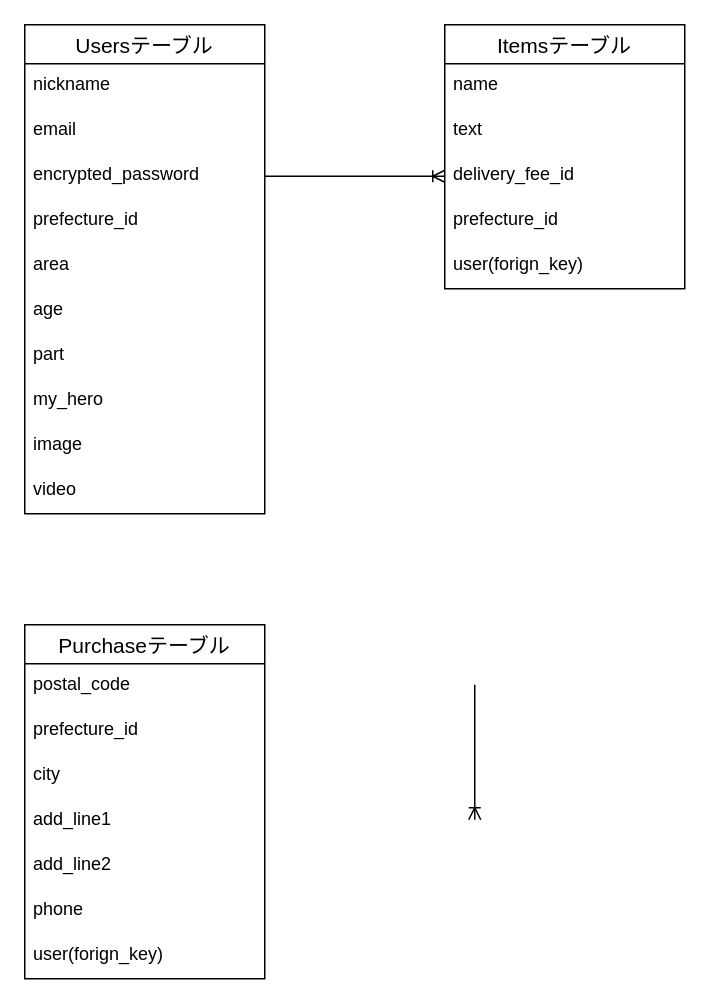
Earlier version of the draw.io diagram db_ER.dio (n-masuda/membo72). Source tidied: cells renumbered, new cells numbered last; positions are measured from the earlier drawing's top-left corner, leaving out a move shared by most shapes. Both pictures are drawn from the tidied source at 150%, with x=0, y=0 at pixel (24, 24).
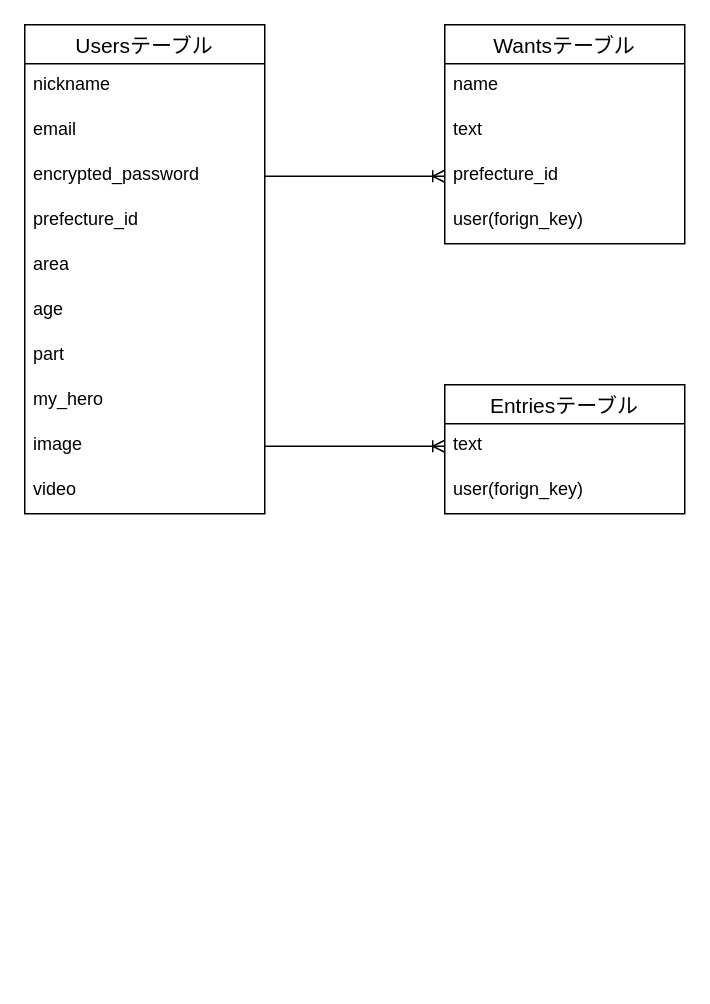
After the change.

The change refers to these unchanged cells:
```xml
<mxCell id="11" value="image" style="text;strokeColor=none;fillColor=none;spacingLeft=4;spacingRight=4;overflow=hidden;points=[[0,0.5],[1,0.5]];portConstraint=eastwest;fontSize=12;" parent="2" vertex="1">
  <mxGeometry y="266" width="160" height="30" as="geometry" />
</mxCell>
```

The edit, as a diff of the source:
```diff
@@
-    <mxCell id="13" value="Purchaseテーブル" style="swimlane;fontStyle=0;horizontal=1;startSize=26;align=center;fontSize=14;" parent="1" vertex="1">
-      <mxGeometry y="400" width="160" height="236" as="geometry" />
+    <mxCell id="13" value="Entriesテーブル" style="swimlane;fontStyle=0;horizontal=1;startSize=26;align=center;fontSize=14;" parent="1" vertex="1">
+      <mxGeometry x="280" y="240" width="160" height="86" as="geometry" />
     </mxCell>
-    <mxCell id="14" value="postal_code" style="text;strokeColor=none;fillColor=none;spacingLeft=4;spacingRight=4;overflow=hidden;fontSize=12;" parent="13" vertex="1">
-      <mxGeometry y="26" width="160" height="30" as="geometry" />
-    </mxCell>
-    <mxCell id="15" value="prefecture_id" style="text;strokeColor=none;fillColor=none;spacingLeft=4;spacingRight=4;overflow=hidden;fontSize=12;" parent="13" vertex="1">
-      <mxGeometry y="56" width="160" height="30" as="geometry" />
-    </mxCell>
-    <mxCell id="16" value="city" style="text;strokeColor=none;fillColor=none;spacingLeft=4;spacingRight=4;overflow=hidden;fontSize=12;" parent="13" vertex="1">
-      <mxGeometry y="86" width="160" height="30" as="geometry" />
-    </mxCell>
-    <mxCell id="17" value="add_line1" style="text;strokeColor=none;fillColor=none;spacingLeft=4;spacingRight=4;overflow=hidden;fontSize=12;" parent="13" vertex="1">
-      <mxGeometry y="116" width="160" height="30" as="geometry" />
-    </mxCell>
-    <mxCell id="18" value="add_line2" style="text;strokeColor=none;fillColor=none;spacingLeft=4;spacingRight=4;overflow=hidden;fontSize=12;" parent="13" vertex="1">
-      <mxGeometry y="146" width="160" height="30" as="geometry" />
-    </mxCell>
-    <mxCell id="19" value="phone" style="text;strokeColor=none;fillColor=none;spacingLeft=4;spacingRight=4;overflow=hidden;fontSize=12;" parent="13" vertex="1">
-      <mxGeometry y="176" width="160" height="30" as="geometry" />
+    <mxCell id="19" value="text" style="text;strokeColor=none;fillColor=none;spacingLeft=4;spacingRight=4;overflow=hidden;fontSize=12;" parent="13" vertex="1">
+      <mxGeometry y="26" width="160" height="30" as="geometry" />
     </mxCell>
     <mxCell id="20" value="user(forign_key)" style="text;strokeColor=none;fillColor=none;spacingLeft=4;spacingRight=4;overflow=hidden;fontSize=12;" parent="13" vertex="1">
-      <mxGeometry y="206" width="160" height="30" as="geometry" />
+      <mxGeometry y="56" width="160" height="30" as="geometry" />
     </mxCell>
-    <mxCell id="21" value="Itemsテーブル" style="swimlane;fontStyle=0;horizontal=1;startSize=26;align=center;fontSize=14;" parent="1" vertex="1">
-      <mxGeometry x="280" width="160" height="176" as="geometry" />
+    <mxCell id="21" value="Wantsテーブル" style="swimlane;fontStyle=0;horizontal=1;startSize=26;align=center;fontSize=14;" parent="1" vertex="1">
+      <mxGeometry x="280" width="160" height="146" as="geometry" />
     </mxCell>
@@
-    <mxCell id="24" value="delivery_fee_id" style="text;strokeColor=none;fillColor=none;spacingLeft=4;spacingRight=4;overflow=hidden;fontSize=12;" parent="21" vertex="1">
-      <mxGeometry y="86" width="160" height="30" as="geometry" />
-    </mxCell>
     <mxCell id="25" value="prefecture_id" style="text;strokeColor=none;fillColor=none;spacingLeft=4;spacingRight=4;overflow=hidden;fontSize=12;" parent="21" vertex="1">
-      <mxGeometry y="116" width="160" height="30" as="geometry" />
+      <mxGeometry y="86" width="160" height="30" as="geometry" />
     </mxCell>
     <mxCell id="26" value="user(forign_key)" style="text;strokeColor=none;fillColor=none;spacingLeft=4;spacingRight=4;overflow=hidden;fontSize=12;" parent="21" vertex="1">
-      <mxGeometry y="146" width="160" height="30" as="geometry" />
+      <mxGeometry y="116" width="160" height="30" as="geometry" />
     </mxCell>
@@
-    <mxCell id="29" style="fontSize=12;html=1;endArrow=ERoneToMany;entryX=0.5;entryY=0;entryDx=0;entryDy=0;" parent="1" edge="1">
+    <mxCell id="29" style="fontSize=12;html=1;endArrow=ERoneToMany;exitX=1;exitY=0.5;exitDx=0;exitDy=0;" parent="1" edge="1" source="11">
       <mxGeometry relative="1" as="geometry">
-        <mxPoint x="300" y="440" as="sourcePoint" />
-        <mxPoint x="300" y="530" as="targetPoint" />
+        <mxPoint x="280" y="281" as="targetPoint" />
+        <Array as="points">
+          <mxPoint x="250" y="281" />
+        </Array>
       </mxGeometry>
     </mxCell>
```
